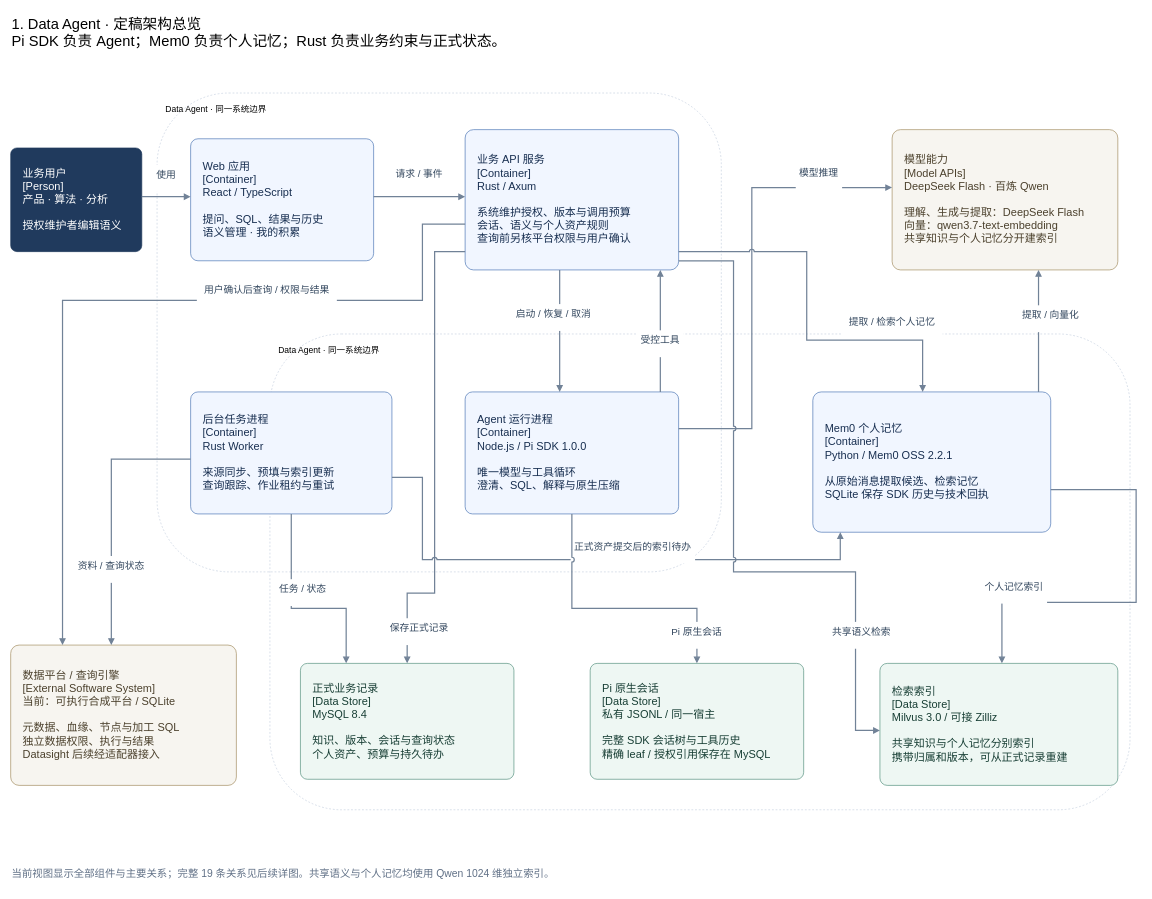
Above: page "Data Agent · 定稿架构总览" (1 of 4) of docs/architecture/data-agent-c4-container.drawio in yaoziyaoguai/data_agent (draw.io), before the change. Source tidied: cells renumbered, new cells numbered last; positions are measured from the earlier drawing's top-left corner, leaving out a move shared by most shapes. Both pictures are drawn from the tidied source at 61%, with x=0, y=0 at pixel (10, 10).
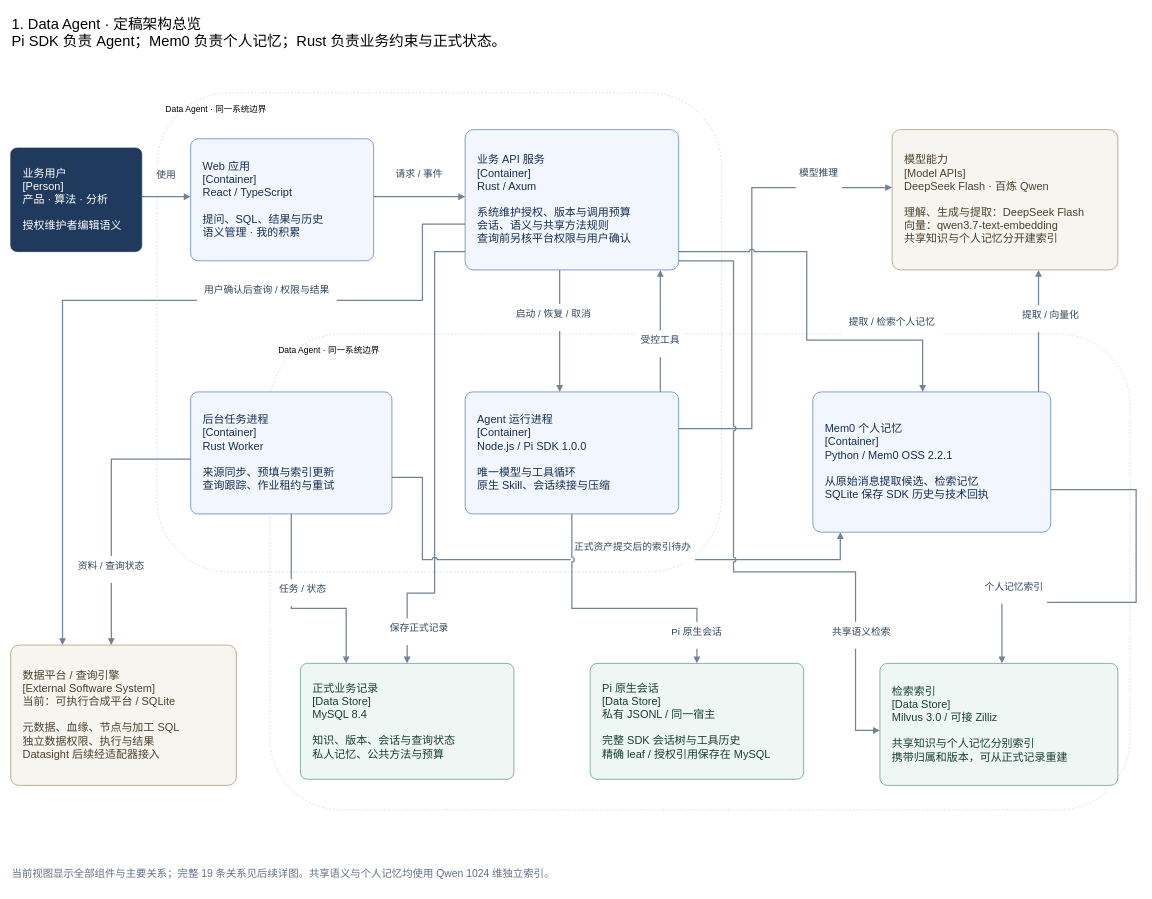
After the change.

Diff of the diagram source:
```diff
@@
-    <mxCell id="7" value="业务 API 服务&#10;[Container]&#10;Rust / Axum&#10;&#10;系统维护授权、版本与调用预算&#10;会话、语义与个人资产规则&#10;查询前另核平台权限与用户确认" style="rounded=1;arcSize=6;whiteSpace=wrap;html=0;fillColor=#f1f6ff;strokeColor=#3866ac;fontColor=#172e50;fontSize=18;fontFamily=PingFang SC;align=left;spacing=20;" parent="1" vertex="1">
+    <mxCell id="7" value="业务 API 服务&#10;[Container]&#10;Rust / Axum&#10;&#10;系统维护授权、版本与调用预算&#10;会话、语义与共享方法规则&#10;查询前另核平台权限与用户确认" style="rounded=1;arcSize=6;whiteSpace=wrap;html=0;fillColor=#f1f6ff;strokeColor=#3866ac;fontColor=#172e50;fontSize=18;fontFamily=PingFang SC;align=left;spacing=20;" parent="1" vertex="1">
       <mxGeometry x="745" y="195" width="350" height="230" as="geometry" />
     </mxCell>
@@
-    <mxCell id="10" value="Agent 运行进程&#10;[Container]&#10;Node.js / Pi SDK 1.0.0&#10;&#10;唯一模型与工具循环&#10;澄清、SQL、解释与原生压缩" style="rounded=1;arcSize=6;whiteSpace=wrap;html=0;fillColor=#f1f6ff;strokeColor=#3866ac;fontColor=#172e50;fontSize=18;fontFamily=PingFang SC;align=left;spacing=20;" parent="1" vertex="1">
+    <mxCell id="10" value="Agent 运行进程&#10;[Container]&#10;Node.js / Pi SDK 1.0.0&#10;&#10;唯一模型与工具循环&#10;原生 Skill、会话续接与压缩" style="rounded=1;arcSize=6;whiteSpace=wrap;html=0;fillColor=#f1f6ff;strokeColor=#3866ac;fontColor=#172e50;fontSize=18;fontFamily=PingFang SC;align=left;spacing=20;" parent="1" vertex="1">
       <mxGeometry x="745" y="625" width="350" height="200" as="geometry" />
     </mxCell>
@@
-    <mxCell id="13" value="正式业务记录&#10;[Data Store]&#10;MySQL 8.4&#10;&#10;知识、版本、会话与查询状态&#10;个人资产、预算与持久待办" style="rounded=1;arcSize=6;whiteSpace=wrap;html=0;fillColor=#eef7f3;strokeColor=#438471;fontColor=#173e34;fontSize=18;fontFamily=PingFang SC;align=left;spacing=20;" parent="1" vertex="1">
+    <mxCell id="13" value="正式业务记录&#10;[Data Store]&#10;MySQL 8.4&#10;&#10;知识、版本、会话与查询状态&#10;私人记忆、公共方法与预算" style="rounded=1;arcSize=6;whiteSpace=wrap;html=0;fillColor=#eef7f3;strokeColor=#438471;fontColor=#173e34;fontSize=18;fontFamily=PingFang SC;align=left;spacing=20;" parent="1" vertex="1">
       <mxGeometry x="475" y="1070" width="350" height="190" as="geometry" />
     </mxCell>
```
